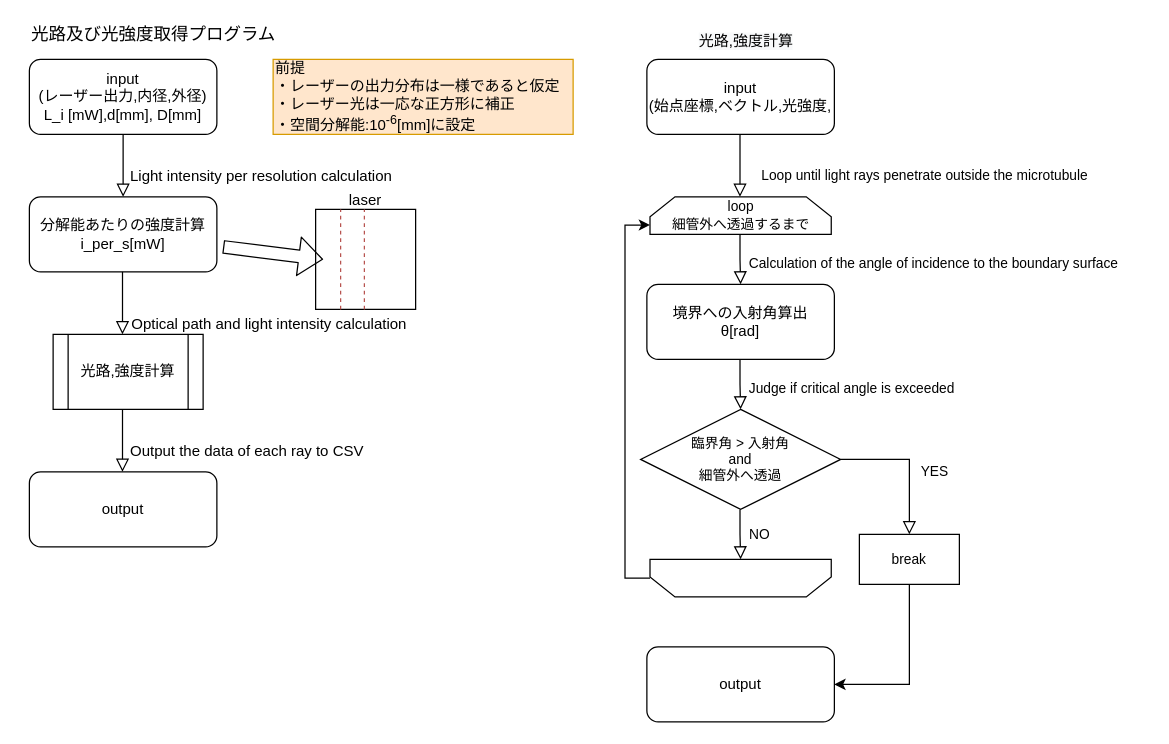
Earlier version of the draw.io diagram optical_depth_measurement/calc_ light_intensity_flowchart.drawio (toshikingggg/lab). Source tidied: cells renumbered, new cells numbered last; positions are measured from the earlier drawing's top-left corner, leaving out a move shared by most shapes. Both pictures are drawn from the tidied source at 125%, with x=0, y=0 at pixel (21, 21).
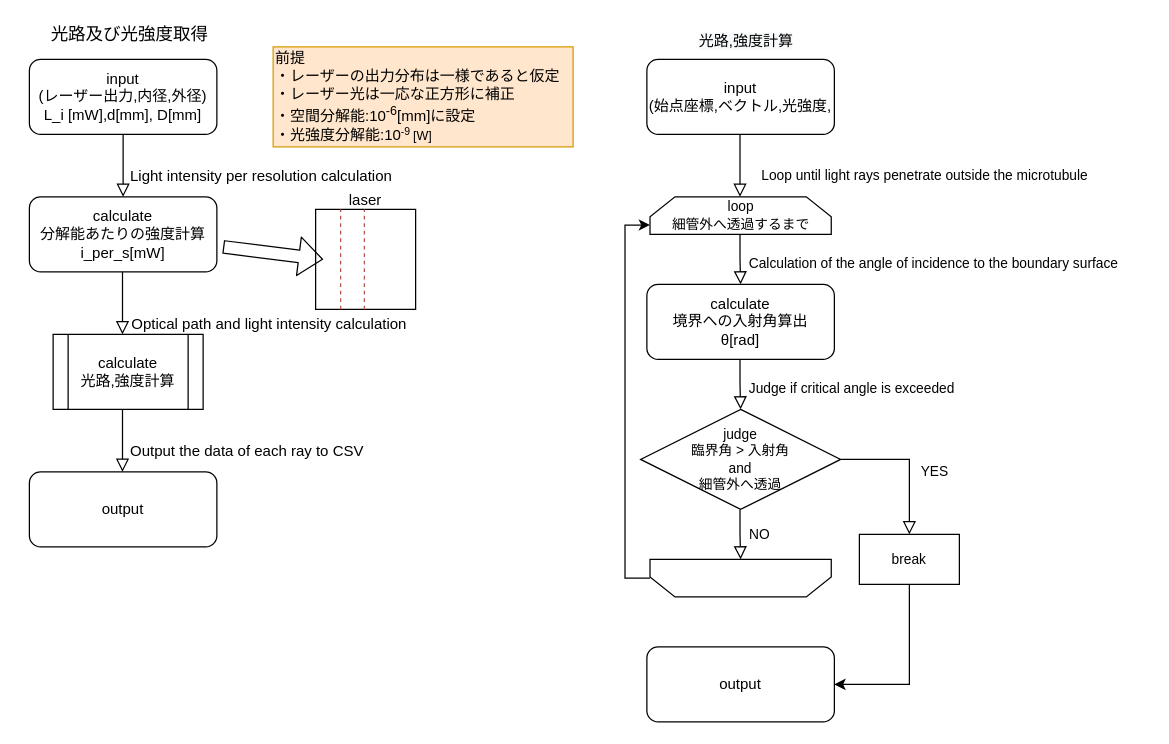
Above is the later version.

Commit message:
fix flow chart

Change to the diagram source:
```diff
@@
-    <mxCell id="4" value="分解能あたりの強度計算&lt;br&gt;i_per_s[mW]" style="rounded=1;whiteSpace=wrap;html=1;fontSize=12;glass=0;strokeWidth=1;shadow=0;" parent="1" vertex="1">
+    <mxCell id="4" value="calculate&lt;br&gt;分解能あたりの強度計算&lt;br&gt;i_per_s[mW]" style="rounded=1;whiteSpace=wrap;html=1;fontSize=12;glass=0;strokeWidth=1;shadow=0;" parent="1" vertex="1">
       <mxGeometry x="6" y="140" width="150" height="60" as="geometry" />
     </mxCell>
-    <mxCell id="5" value="前提&lt;br&gt;&lt;span&gt;・レーザーの出力分布は一様であると仮定&lt;/span&gt;&lt;br&gt;・レーザー光は一応な正方形に補正&lt;br&gt;・空間分解能:10&lt;sup&gt;-6&lt;/sup&gt;[mm]に設定" style="text;html=1;align=left;verticalAlign=middle;strokeColor=#d79b00;fillColor=#ffe6cc;" parent="1" vertex="1">
-      <mxGeometry x="201" y="30" width="240" height="60" as="geometry" />
+    <mxCell id="5" value="前提&lt;br&gt;・レーザーの出力分布は一様であると仮定&lt;br&gt;・レーザー光は一応な正方形に補正&lt;br&gt;・空間分解能:10&lt;sup&gt;-6&lt;/sup&gt;[mm]に設定&lt;br&gt;・光強度分解能:10&lt;span style=&quot;font-size: 10px&quot;&gt;&lt;sup&gt;-9 &lt;/sup&gt;[W]&lt;/span&gt;" style="text;html=1;align=left;verticalAlign=middle;strokeColor=#d79b00;fillColor=#ffe6cc;" parent="1" vertex="1">
+      <mxGeometry x="201" y="20" width="240" height="80" as="geometry" />
     </mxCell>
@@
-    <mxCell id="11" value="光路及び光強度取得プログラム" style="text;html=1;align=center;verticalAlign=middle;strokeColor=none;fontSize=14;" parent="1" vertex="1">
-      <mxGeometry width="210" height="20" as="geometry" />
+    <mxCell id="11" value="光路及び光強度取得" style="text;html=1;align=center;verticalAlign=middle;strokeColor=none;fontSize=14;" parent="1" vertex="1">
+      <mxGeometry x="16" width="140" height="20" as="geometry" />
     </mxCell>
@@
-    <mxCell id="13" value="光路,強度計算" style="shape=process;whiteSpace=wrap;html=1;backgroundOutline=1;" parent="1" vertex="1">
+    <mxCell id="13" value="calculate&lt;br&gt;光路,強度計算" style="shape=process;whiteSpace=wrap;html=1;backgroundOutline=1;" parent="1" vertex="1">
       <mxGeometry x="25" y="250" width="120" height="60" as="geometry" />
     </mxCell>
@@
-    <mxCell id="22" value="境界への入射角算出&lt;br&gt;θ[rad]" style="rounded=1;whiteSpace=wrap;html=1;fontSize=12;glass=0;strokeWidth=1;shadow=0;" parent="1" vertex="1">
+    <mxCell id="22" value="calculate&lt;br&gt;境界への入射角算出&lt;br&gt;θ[rad]" style="rounded=1;whiteSpace=wrap;html=1;fontSize=12;glass=0;strokeWidth=1;shadow=0;" parent="1" vertex="1">
       <mxGeometry x="500" y="210" width="150" height="60" as="geometry" />
     </mxCell>
-    <mxCell id="23" value="臨界角 &amp;gt; 入射角&lt;br&gt;and&lt;br&gt;細管外へ透過" style="rhombus;whiteSpace=wrap;html=1;fontSize=11;strokeColor=#000000;fillColor=none;" parent="1" vertex="1">
+    <mxCell id="23" value="judge&lt;br&gt;臨界角 &amp;gt; 入射角&lt;br&gt;and&lt;br&gt;細管外へ透過" style="rhombus;whiteSpace=wrap;html=1;fontSize=11;strokeColor=#000000;fillColor=none;" parent="1" vertex="1">
       <mxGeometry x="495" y="310" width="160" height="80" as="geometry" />
     </mxCell>
```
